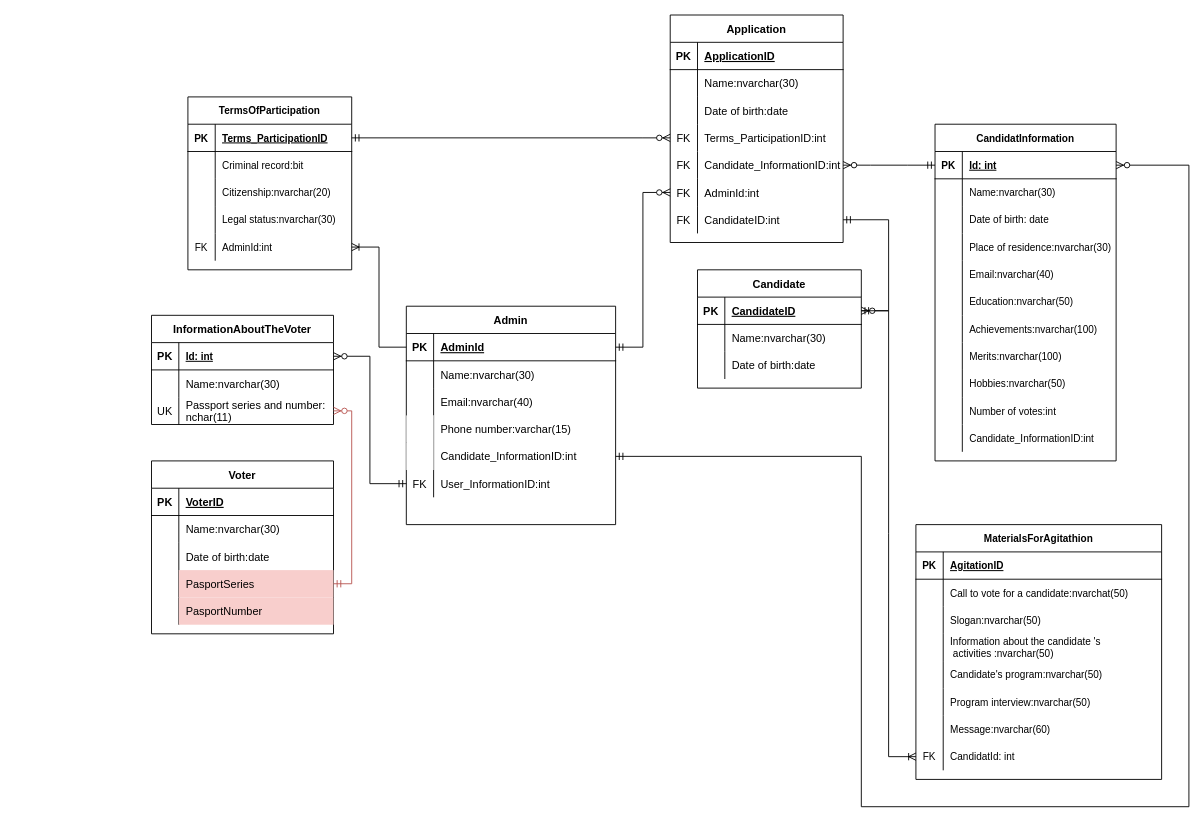
Earlier version of the draw.io diagram ER Diagram.drawio (aleksey899/Inter.MixAN). Source tidied: cells renumbered, new cells numbered last; positions are measured from the earlier drawing's top-left corner, leaving out a move shared by most shapes. Both pictures are drawn from the tidied source at 91%, with x=0, y=0 at pixel (151, 15).
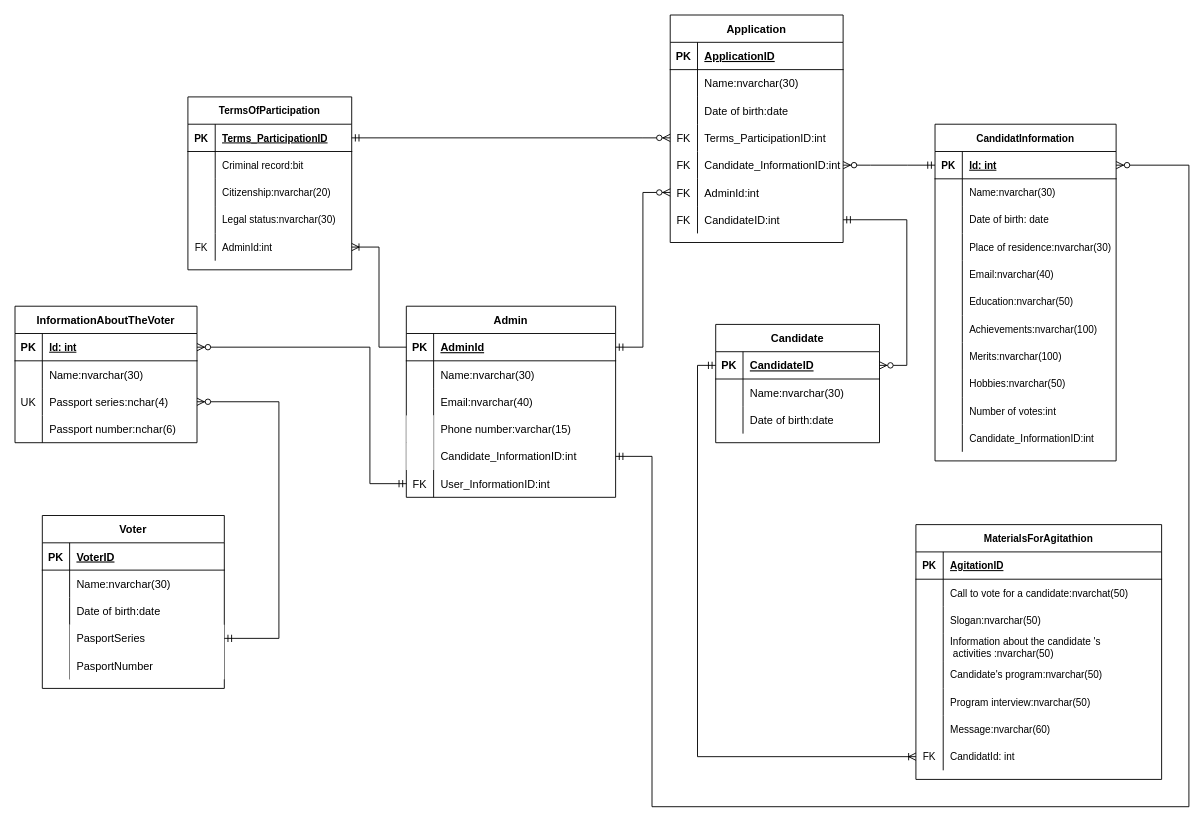
The same diagram, later.

The change refers to these unchanged cells:
```xml
<mxCell id="3" style="shape=partialRectangle;fillColor=none;top=0;left=0;bottom=1;right=0;points=[[0,0.5],[1,0.5]];portConstraint=eastwest;" parent="2" vertex="1">
  <mxGeometry y="30" width="200" height="30" as="geometry" />
</mxCell>
<mxCell id="9" style="shape=partialRectangle;fillColor=none;top=0;left=0;bottom=0;right=0;points=[[0,0.5],[1,0.5]];portConstraint=eastwest;" parent="2" vertex="1">
  <mxGeometry y="90" width="200" height="30" as="geometry" />
</mxCell>
<mxCell id="13" style="shape=partialRectangle;fillColor=none;top=0;left=0;bottom=1;right=0;points=[[0,0.5],[1,0.5]];portConstraint=eastwest;shadow=0;sketch=0;fontSize=11;strokeWidth=1;" parent="12" vertex="1">
  <mxGeometry y="30" width="199" height="30" as="geometry" />
</mxCell>
<mxCell id="84" style="shape=partialRectangle;fillColor=none;top=0;left=0;bottom=0;right=0;points=[[0,0.5],[1,0.5]];portConstraint=eastwest;shadow=0;sketch=0;fontSize=11;strokeWidth=1;" parent="62" vertex="1">
  <mxGeometry y="240" width="270" height="30" as="geometry" />
</mxCell>
<mxCell id="88" style="shape=partialRectangle;fillColor=none;top=0;left=0;bottom=1;right=0;points=[[0,0.5],[1,0.5]];portConstraint=eastwest;" parent="87" vertex="1">
  <mxGeometry y="30" width="180" height="30" as="geometry" />
</mxCell>
<mxCell id="107" style="shape=partialRectangle;fillColor=none;top=0;left=0;bottom=0;right=0;points=[[0,0.5],[1,0.5]];portConstraint=eastwest;" parent="97" vertex="1">
  <mxGeometry y="120" width="200" height="30" as="geometry" />
</mxCell>
<mxCell id="110" style="shape=partialRectangle;fillColor=none;top=0;left=0;bottom=0;right=0;" parent="97" vertex="1">
  <mxGeometry y="150" width="200" height="30" as="geometry" />
</mxCell>
<mxCell id="126" style="shape=partialRectangle;fillColor=none;top=0;left=0;bottom=0;right=0;points=[[0,0.5],[1,0.5]];portConstraint=eastwest;" parent="113" vertex="1">
  <mxGeometry y="150" width="230" height="30" as="geometry" />
</mxCell>
<mxCell id="130" style="shape=partialRectangle;fillColor=none;top=0;left=0;bottom=0;right=0;points=[[0,0.5],[1,0.5]];portConstraint=eastwest;" parent="113" vertex="1">
  <mxGeometry y="180" width="230" height="30" as="geometry" />
</mxCell>
```

What changed in the source:
```diff
@@
     <mxCell id="2" value="InformationAboutTheVoter" style="shape=table;startSize=30;childLayout=tableLayout;rowLines=0;fontStyle=1;align=center;" parent="1" vertex="1">
-      <mxGeometry y="330" width="200" height="120" as="geometry" />
+      <mxGeometry x="-150" y="320" width="200" height="150" as="geometry" />
     </mxCell>
@@
-    <mxCell id="11" value="Passport series and number:&#10;nchar(11)" style="shape=partialRectangle;fillColor=none;top=0;left=0;bottom=0;right=0;align=left;spacingLeft=6;overflow=hidden;" parent="9" vertex="1">
+    <mxCell id="11" value="Passport series:nchar(4)" style="shape=partialRectangle;fillColor=none;top=0;left=0;bottom=0;right=0;align=left;spacingLeft=6;overflow=hidden;" parent="9" vertex="1">
       <mxGeometry x="30" width="170" height="30" as="geometry" />
     </mxCell>
+    <mxCell id="164" style="shape=partialRectangle;fillColor=none;top=0;left=0;bottom=0;right=0;" parent="2" vertex="1">
+      <mxGeometry y="120" width="200" height="30" as="geometry" />
+    </mxCell>
+    <mxCell id="165" style="shape=partialRectangle;fillColor=none;top=0;left=0;bottom=0;right=0;overflow=hidden;" parent="164" vertex="1">
+      <mxGeometry width="30" height="30" as="geometry" />
+    </mxCell>
+    <mxCell id="166" value="Passport number:nchar(6)" style="shape=partialRectangle;fillColor=none;top=0;left=0;bottom=0;right=0;align=left;spacingLeft=6;overflow=hidden;" parent="164" vertex="1">
+      <mxGeometry x="30" width="170" height="30" as="geometry" />
+    </mxCell>
@@
     <mxCell id="87" value="Candidate" style="shape=table;startSize=30;childLayout=tableLayout;rowLines=0;fontStyle=1;align=center;" parent="1" vertex="1">
-      <mxGeometry x="600" y="280" width="180" height="130" as="geometry" />
+      <mxGeometry x="620" y="340" width="180" height="130" as="geometry" />
     </mxCell>
@@
     <mxCell id="97" value="Voter" style="shape=table;startSize=30;childLayout=tableLayout;rowLines=0;fontStyle=1;align=center;" parent="1" vertex="1">
-      <mxGeometry y="490" width="200" height="190" as="geometry" />
+      <mxGeometry x="-120" y="550" width="200" height="190" as="geometry" />
     </mxCell>
@@
-    <mxCell id="109" value="PasportSeries" style="shape=partialRectangle;fillColor=#f8cecc;top=0;left=0;bottom=0;right=0;align=left;spacingLeft=6;overflow=hidden;strokeColor=#b85450;" parent="107" vertex="1">
+    <mxCell id="109" value="PasportSeries" style="shape=partialRectangle;top=0;left=0;bottom=0;right=0;align=left;spacingLeft=6;overflow=hidden;" parent="107" vertex="1">
       <mxGeometry x="30" width="170" height="30" as="geometry" />
     </mxCell>
@@
-    <mxCell id="112" value="PasportNumber" style="shape=partialRectangle;fillColor=#f8cecc;top=0;left=0;bottom=0;right=0;align=left;spacingLeft=6;overflow=hidden;strokeColor=#b85450;" parent="110" vertex="1">
+    <mxCell id="112" value="PasportNumber" style="shape=partialRectangle;top=0;left=0;bottom=0;right=0;align=left;spacingLeft=6;overflow=hidden;" parent="110" vertex="1">
       <mxGeometry x="30" width="170" height="30" as="geometry" />
     </mxCell>
     <mxCell id="113" value="Admin" style="shape=table;startSize=30;childLayout=tableLayout;rowLines=0;fontStyle=1;align=center;" parent="1" vertex="1">
-      <mxGeometry x="280" y="320" width="230" height="240" as="geometry" />
+      <mxGeometry x="280" y="320" width="230" height="210" as="geometry" />
     </mxCell>
@@
-    <mxCell id="133" style="edgeStyle=orthogonalEdgeStyle;fontSize=12;html=1;endArrow=ERzeroToMany;startArrow=ERmandOne;rounded=0;exitX=1;exitY=0.5;exitDx=0;exitDy=0;fillColor=#f8cecc;strokeColor=#b85450;" parent="1" edge="1" source="107" target="9">
+    <mxCell id="133" style="edgeStyle=orthogonalEdgeStyle;fontSize=12;html=1;endArrow=ERzeroToMany;startArrow=ERmandOne;rounded=0;exitX=1;exitY=0.5;exitDx=0;exitDy=0;entryX=1;entryY=0.5;entryDx=0;entryDy=0;" parent="1" edge="1" source="107" target="9">
       <mxGeometry relative="1" as="geometry">
         <Array as="points">
-          <mxPoint x="220" y="625" />
-          <mxPoint x="220" y="435" />
+          <mxPoint x="140" y="685" />
+          <mxPoint x="140" y="425" />
         </Array>
       </mxGeometry>
     </mxCell>
@@
     <mxCell id="158" style="edgeStyle=orthogonalEdgeStyle;fontSize=12;html=1;endArrow=ERzeroToMany;startArrow=ERmandOne;rounded=0;jumpStyle=arc;jumpSize=11;entryX=1;entryY=0.5;entryDx=0;entryDy=0;exitX=0;exitY=0.5;exitDx=0;exitDy=0;" parent="1" edge="1" source="130" target="3">
-      <mxGeometry relative="1" as="geometry" />
+      <mxGeometry relative="1" as="geometry">
+        <Array as="points">
+          <mxPoint x="240" y="515" />
+          <mxPoint x="240" y="365" />
+        </Array>
+      </mxGeometry>
     </mxCell>
@@
     <mxCell id="161" style="edgeStyle=orthogonalEdgeStyle;fontSize=12;html=1;endArrow=ERzeroToMany;startArrow=ERmandOne;rounded=0;entryX=1;entryY=0.5;entryDx=0;entryDy=0;exitX=1;exitY=0.5;exitDx=0;exitDy=0;" parent="1" edge="1" source="126" target="13">
       <mxGeometry relative="1" as="geometry">
         <Array as="points">
-          <mxPoint x="780" y="485" />
-          <mxPoint x="780" y="870" />
+          <mxPoint x="550" y="485" />
+          <mxPoint x="550" y="870" />
           <mxPoint x="1140" y="870" />
           <mxPoint x="1140" y="165" />
         </Array>
       </mxGeometry>
     </mxCell>
@@
-    <mxCell id="163" style="edgeStyle=entityRelationEdgeStyle;fontSize=12;html=1;endArrow=ERoneToMany;startArrow=ERmandOne;rounded=0;" parent="1" edge="1" source="88" target="84">
-      <mxGeometry relative="1" as="geometry" />
+    <mxCell id="163" style="edgeStyle=orthogonalEdgeStyle;fontSize=12;html=1;endArrow=ERoneToMany;startArrow=ERmandOne;rounded=0;" parent="1" edge="1" source="88" target="84">
+      <mxGeometry relative="1" as="geometry">
+        <Array as="points">
+          <mxPoint x="600" y="385" />
+          <mxPoint x="600" y="815" />
+        </Array>
+      </mxGeometry>
     </mxCell>
```
